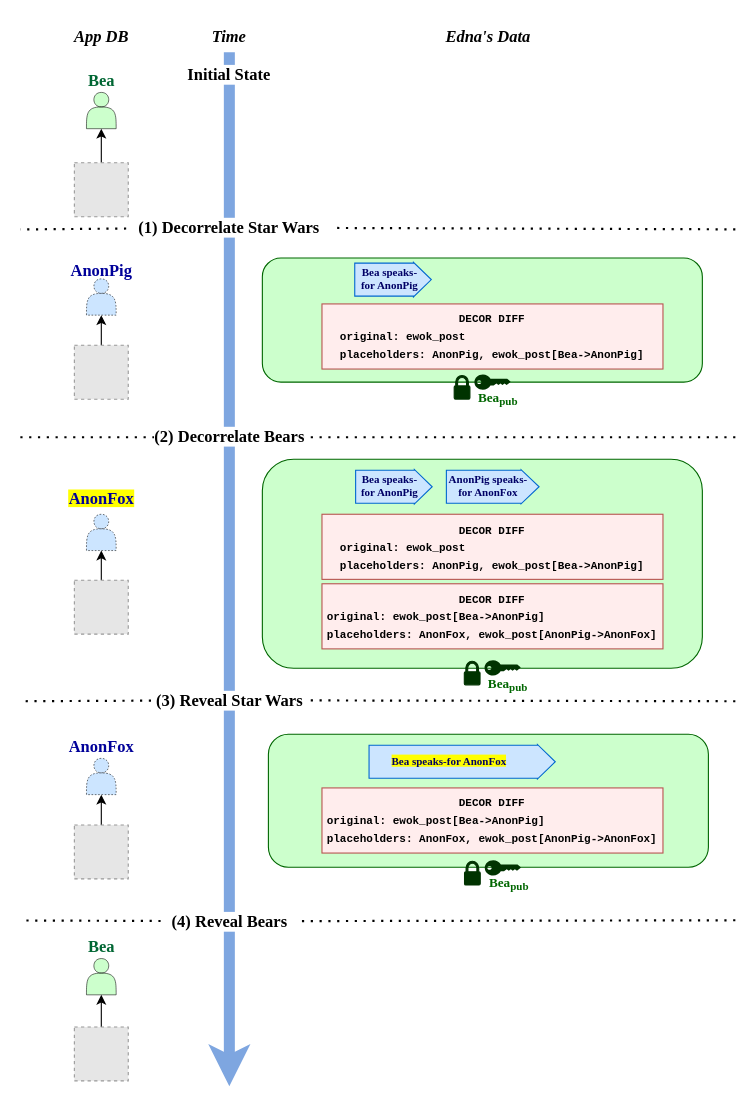
tslilyai/thesis keeps this draw.io diagram as page "composition" (20 of 21) of thesis/figs/edna.drawio. Above is the earlier version. Source tidied: cells renumbered, new cells numbered last; positions are measured from the earlier drawing's top-left corner, leaving out a move shared by most shapes. Both pictures are drawn from the tidied source at 110%, with x=0, y=0 at pixel (20, 19). Pictures stored in the file or linked from it are replaced by grey dashed boxes.
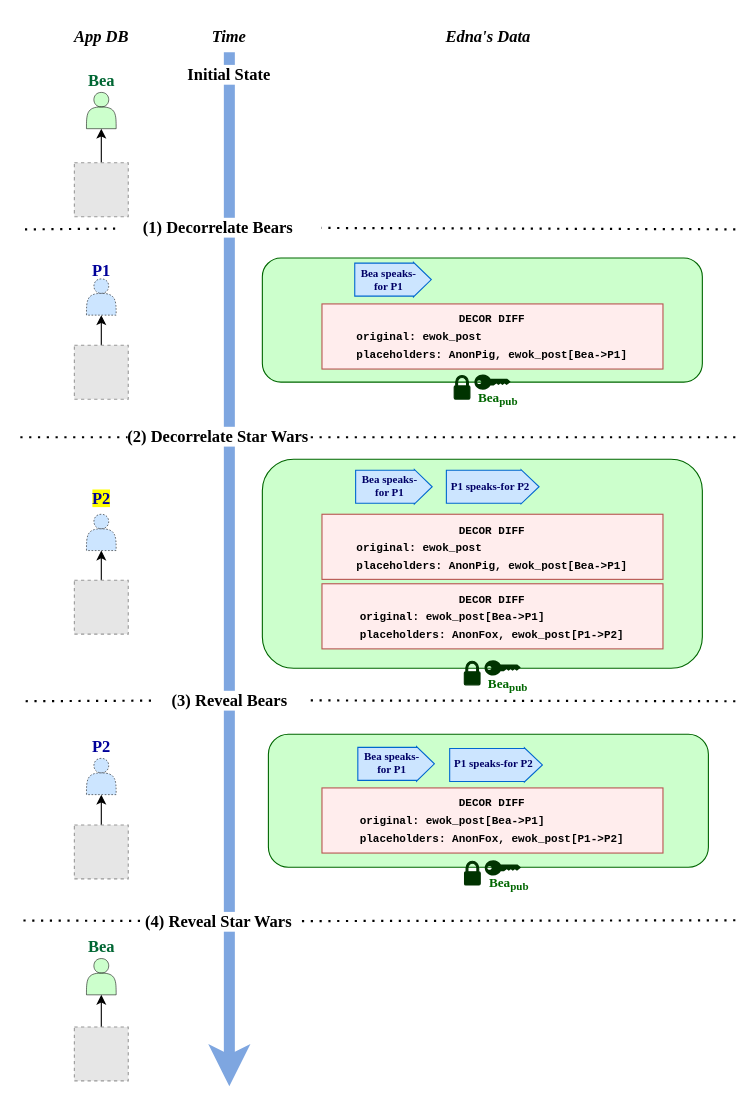
Above is the later version.

Diff of the diagram source:
```diff
@@
-    <mxCell id="10" value="(1)&amp;nbsp;Decorrelate Star Wars" style="text;html=1;align=center;verticalAlign=middle;whiteSpace=wrap;rounded=0;fontStyle=1;fontSize=15;fontFamily=Times New Roman;labelBackgroundColor=default;spacing=0;" parent="1" vertex="1">
-      <mxGeometry x="96.2" y="179.4" width="187.5" height="20" as="geometry" />
+    <mxCell id="10" value="(1)&amp;nbsp;Decorrelate Bears" style="text;html=1;align=center;verticalAlign=middle;whiteSpace=wrap;rounded=0;fontStyle=1;fontSize=15;fontFamily=Times New Roman;labelBackgroundColor=default;spacing=0;" parent="1" vertex="1">
+      <mxGeometry x="86.2" y="179.4" width="187.5" height="20" as="geometry" />
     </mxCell>
@@
-    <mxCell id="12" value="(2) Decorrelate Bears" style="text;html=1;align=center;verticalAlign=middle;whiteSpace=wrap;rounded=0;fontStyle=1;fontSize=15;fontFamily=Times New Roman;labelBackgroundColor=default;spacing=0;" parent="1" vertex="1">
-      <mxGeometry x="112.5" y="368.5" width="155" height="20" as="geometry" />
+    <mxCell id="12" value="(2) Decorrelate Star Wars" style="text;html=1;align=center;verticalAlign=middle;whiteSpace=wrap;rounded=0;fontStyle=1;fontSize=15;fontFamily=Times New Roman;labelBackgroundColor=default;spacing=0;" parent="1" vertex="1">
+      <mxGeometry x="96.2" y="368.5" width="167.5" height="20" as="geometry" />
     </mxCell>
@@
-    <mxCell id="14" value="(3) Reveal Star Wars" style="text;html=1;align=center;verticalAlign=middle;whiteSpace=wrap;rounded=0;fontStyle=1;fontSize=15;fontFamily=Times New Roman;labelBackgroundColor=default;" parent="1" vertex="1">
+    <mxCell id="14" value="(3) Reveal Bears" style="text;html=1;align=center;verticalAlign=middle;whiteSpace=wrap;rounded=0;fontStyle=1;fontSize=15;fontFamily=Times New Roman;labelBackgroundColor=default;" parent="1" vertex="1">
       <mxGeometry x="118.8" y="609.1" width="142.5" height="20" as="geometry" />
     </mxCell>
@@
-    <mxCell id="16" value="(4) Reveal Bears" style="text;html=1;align=center;verticalAlign=middle;whiteSpace=wrap;rounded=0;fontStyle=1;fontSize=15;fontFamily=Times New Roman;labelBackgroundColor=default;" parent="1" vertex="1">
-      <mxGeometry x="127.5" y="810" width="125" height="20" as="geometry" />
+    <mxCell id="16" value="(4) Reveal Star Wars" style="text;html=1;align=center;verticalAlign=middle;whiteSpace=wrap;rounded=0;fontStyle=1;fontSize=15;fontFamily=Times New Roman;labelBackgroundColor=default;" parent="1" vertex="1">
+      <mxGeometry x="108.8" y="810" width="142.5" height="20" as="geometry" />
     </mxCell>
@@
-    <mxCell id="20" value="AnonPig" style="text;html=1;strokeColor=none;fillColor=none;align=center;verticalAlign=middle;whiteSpace=wrap;rounded=0;dashed=1;strokeWidth=0.5;fontSize=15;fontColor=#000099;fontFamily=Times New Roman;fontStyle=1;rotation=0;" parent="1" vertex="1">
+    <mxCell id="20" value="P1" style="text;html=1;strokeColor=none;fillColor=none;align=center;verticalAlign=middle;whiteSpace=wrap;rounded=0;dashed=1;strokeWidth=0.5;fontSize=15;fontColor=#000099;fontFamily=Times New Roman;fontStyle=1;rotation=0;" parent="1" vertex="1">
       <mxGeometry x="40.6" y="211.2" width="65.9" height="33" as="geometry" />
     </mxCell>
@@
-    <mxCell id="22" value="&lt;span style=&quot;background-color: rgb(255, 255, 0);&quot;&gt;AnonFox&lt;/span&gt;" style="text;html=1;strokeColor=none;fillColor=none;align=center;verticalAlign=middle;whiteSpace=wrap;rounded=0;dashed=1;strokeWidth=0.5;fontSize=15;fontColor=#000099;fontFamily=Times New Roman;fontStyle=1;rotation=0;" parent="1" vertex="1">
+    <mxCell id="22" value="&lt;span style=&quot;background-color: rgb(255, 255, 0);&quot;&gt;P2&lt;/span&gt;" style="text;html=1;strokeColor=none;fillColor=none;align=center;verticalAlign=middle;whiteSpace=wrap;rounded=0;dashed=1;strokeWidth=0.5;fontSize=15;fontColor=#000099;fontFamily=Times New Roman;fontStyle=1;rotation=0;" parent="1" vertex="1">
       <mxGeometry x="40.6" y="418.7" width="65.9" height="33" as="geometry" />
     </mxCell>
@@
-    <mxCell id="30" value="AnonFox" style="text;html=1;strokeColor=none;fillColor=none;align=center;verticalAlign=middle;whiteSpace=wrap;rounded=0;dashed=1;strokeWidth=0.5;fontSize=15;fontColor=#000099;fontFamily=Times New Roman;fontStyle=1;rotation=0;" parent="1" vertex="1">
+    <mxCell id="30" value="P2" style="text;html=1;strokeColor=none;fillColor=none;align=center;verticalAlign=middle;whiteSpace=wrap;rounded=0;dashed=1;strokeWidth=0.5;fontSize=15;fontColor=#000099;fontFamily=Times New Roman;fontStyle=1;rotation=0;" parent="1" vertex="1">
       <mxGeometry x="40.6" y="644.9" width="65.9" height="33" as="geometry" />
     </mxCell>
@@
-    <mxCell id="41" value="&lt;p style=&quot;border-color: var(--border-color); line-height: 50%;&quot;&gt;&lt;font style=&quot;border-color: var(--border-color); font-size: 10px;&quot; face=&quot;Courier New&quot;&gt;&lt;span style=&quot;border-color: var(--border-color);&quot;&gt;DECOR DIFF&lt;/span&gt;&lt;/font&gt;&lt;/p&gt;&lt;p style=&quot;text-align: left; border-color: var(--border-color); line-height: 50%;&quot;&gt;&lt;font style=&quot;font-size: 10px;&quot; face=&quot;Courier New&quot;&gt;original: ewok_post&lt;/font&gt;&lt;/p&gt;&lt;p style=&quot;text-align: left; border-color: var(--border-color); line-height: 50%;&quot;&gt;&lt;span style=&quot;font-family: &amp;quot;Courier New&amp;quot;; background-color: initial;&quot;&gt;&lt;font style=&quot;font-size: 10px;&quot;&gt;placeholders: AnonPig, ewok_post[Bea-&amp;gt;AnonPig]&lt;/font&gt;&lt;/span&gt;&lt;/p&gt;" style="rounded=0;whiteSpace=wrap;html=1;spacing=4;fontSize=10;fontFamily=Times New Roman;fillColor=#FFEDED;strokeColor=#b85450;spacingBottom=0;fontStyle=1;" parent="1" vertex="1">
+    <mxCell id="41" value="&lt;p style=&quot;border-color: var(--border-color); line-height: 50%;&quot;&gt;&lt;font style=&quot;border-color: var(--border-color); font-size: 10px;&quot; face=&quot;Courier New&quot;&gt;&lt;span style=&quot;border-color: var(--border-color);&quot;&gt;DECOR DIFF&lt;/span&gt;&lt;/font&gt;&lt;/p&gt;&lt;p style=&quot;text-align: left; border-color: var(--border-color); line-height: 50%;&quot;&gt;&lt;font style=&quot;font-size: 10px;&quot; face=&quot;Courier New&quot;&gt;original: ewok_post&lt;/font&gt;&lt;/p&gt;&lt;p style=&quot;text-align: left; border-color: var(--border-color); line-height: 50%;&quot;&gt;&lt;span style=&quot;font-family: &amp;quot;Courier New&amp;quot;; background-color: initial;&quot;&gt;&lt;font style=&quot;font-size: 10px;&quot;&gt;placeholders: AnonPig, ewok_post[Bea-&amp;gt;P1]&lt;/font&gt;&lt;/span&gt;&lt;/p&gt;" style="rounded=0;whiteSpace=wrap;html=1;spacing=4;fontSize=10;fontFamily=Times New Roman;fillColor=#FFEDED;strokeColor=#b85450;spacingBottom=0;fontStyle=1;" parent="1" vertex="1">
       <mxGeometry x="274.2" y="258.8" width="310" height="59.2" as="geometry" />
     </mxCell>
@@
-    <mxCell id="44" value="Bea speaks-for AnonPig" style="text;fontSize=10;fontFamily=Times New Roman;align=center;whiteSpace=wrap;html=1;fontColor=#000066;fontStyle=1;" parent="1" vertex="1">
-      <mxGeometry x="306.3" y="406" width="59.6" height="20" as="geometry" />
-    </mxCell>
@@
-    <mxCell id="47" value="&lt;p style=&quot;border-color: var(--border-color); line-height: 50%;&quot;&gt;&lt;font style=&quot;border-color: var(--border-color); font-size: 10px;&quot; face=&quot;Courier New&quot;&gt;&lt;span style=&quot;border-color: var(--border-color);&quot;&gt;DECOR DIFF&lt;/span&gt;&lt;/font&gt;&lt;/p&gt;&lt;p style=&quot;text-align: left; border-color: var(--border-color); line-height: 50%;&quot;&gt;&lt;font style=&quot;font-size: 10px;&quot; face=&quot;Courier New&quot;&gt;original: ewok_post&lt;/font&gt;&lt;/p&gt;&lt;p style=&quot;text-align: left; border-color: var(--border-color); line-height: 50%;&quot;&gt;&lt;span style=&quot;font-family: &amp;quot;Courier New&amp;quot;; background-color: initial;&quot;&gt;&lt;font style=&quot;font-size: 10px;&quot;&gt;placeholders: AnonPig, ewok_post[Bea-&amp;gt;AnonPig]&lt;/font&gt;&lt;/span&gt;&lt;/p&gt;" style="rounded=0;whiteSpace=wrap;html=1;spacing=4;fontSize=10;fontFamily=Times New Roman;fillColor=#FFEDED;strokeColor=#b85450;spacingBottom=0;fontStyle=1;" parent="1" vertex="1">
+    <mxCell id="47" value="&lt;p style=&quot;border-color: var(--border-color); line-height: 50%;&quot;&gt;&lt;font style=&quot;border-color: var(--border-color); font-size: 10px;&quot; face=&quot;Courier New&quot;&gt;&lt;span style=&quot;border-color: var(--border-color);&quot;&gt;DECOR DIFF&lt;/span&gt;&lt;/font&gt;&lt;/p&gt;&lt;p style=&quot;text-align: left; border-color: var(--border-color); line-height: 50%;&quot;&gt;&lt;font style=&quot;font-size: 10px;&quot; face=&quot;Courier New&quot;&gt;original: ewok_post&lt;/font&gt;&lt;/p&gt;&lt;p style=&quot;text-align: left; border-color: var(--border-color); line-height: 50%;&quot;&gt;&lt;span style=&quot;font-family: &amp;quot;Courier New&amp;quot;; background-color: initial;&quot;&gt;&lt;font style=&quot;font-size: 10px;&quot;&gt;placeholders: AnonPig, ewok_post[Bea-&amp;gt;P1]&lt;/font&gt;&lt;/span&gt;&lt;/p&gt;" style="rounded=0;whiteSpace=wrap;html=1;spacing=4;fontSize=10;fontFamily=Times New Roman;fillColor=#FFEDED;strokeColor=#b85450;spacingBottom=0;fontStyle=1;" parent="1" vertex="1">
       <mxGeometry x="274.2" y="450" width="310" height="59.2" as="geometry" />
     </mxCell>
@@
-    <mxCell id="49" value="AnonPig speaks-for AnonFox" style="text;fontSize=10;fontFamily=Times New Roman;align=center;whiteSpace=wrap;html=1;fontColor=#000066;fontStyle=1;" parent="1" vertex="1">
-      <mxGeometry x="383.8" y="406" width="83.2" height="20" as="geometry" />
-    </mxCell>
@@
-    <mxCell id="51" value="Bea speaks-for AnonPig" style="text;fontSize=10;fontFamily=Times New Roman;align=center;whiteSpace=wrap;html=1;fontColor=#000066;fontStyle=1;" parent="1" vertex="1">
-      <mxGeometry x="305.6" y="217.7" width="59.6" height="20" as="geometry" />
-    </mxCell>
-    <mxCell id="52" value="&lt;p style=&quot;border-color: var(--border-color); line-height: 50%;&quot;&gt;&lt;font style=&quot;border-color: var(--border-color); font-size: 10px;&quot; face=&quot;Courier New&quot;&gt;&lt;span style=&quot;border-color: var(--border-color);&quot;&gt;DECOR DIFF&lt;/span&gt;&lt;/font&gt;&lt;/p&gt;&lt;p style=&quot;text-align: left; border-color: var(--border-color); line-height: 50%;&quot;&gt;&lt;font style=&quot;font-size: 10px;&quot; face=&quot;Courier New&quot;&gt;original: ewok_post[Bea-&amp;gt;AnonPig]&lt;/font&gt;&lt;/p&gt;&lt;p style=&quot;text-align: left; border-color: var(--border-color); line-height: 50%;&quot;&gt;&lt;span style=&quot;font-family: &amp;quot;Courier New&amp;quot;; background-color: initial;&quot;&gt;&lt;font style=&quot;font-size: 10px;&quot;&gt;placeholders: AnonFox, ewok_post[AnonPig-&amp;gt;AnonFox]&lt;/font&gt;&lt;/span&gt;&lt;/p&gt;" style="rounded=0;whiteSpace=wrap;html=1;spacing=4;fontSize=10;fontFamily=Times New Roman;fillColor=#FFEDED;strokeColor=#b85450;spacingBottom=0;fontStyle=1;" parent="1" vertex="1">
+    <mxCell id="52" value="&lt;p style=&quot;border-color: var(--border-color); line-height: 50%;&quot;&gt;&lt;font style=&quot;border-color: var(--border-color); font-size: 10px;&quot; face=&quot;Courier New&quot;&gt;&lt;span style=&quot;border-color: var(--border-color);&quot;&gt;DECOR DIFF&lt;/span&gt;&lt;/font&gt;&lt;/p&gt;&lt;p style=&quot;text-align: left; border-color: var(--border-color); line-height: 50%;&quot;&gt;&lt;font style=&quot;font-size: 10px;&quot; face=&quot;Courier New&quot;&gt;original: ewok_post[Bea-&amp;gt;P1]&lt;/font&gt;&lt;/p&gt;&lt;p style=&quot;text-align: left; border-color: var(--border-color); line-height: 50%;&quot;&gt;&lt;span style=&quot;font-family: &amp;quot;Courier New&amp;quot;; background-color: initial;&quot;&gt;&lt;font style=&quot;font-size: 10px;&quot;&gt;placeholders: AnonFox, ewok_post[P1-&amp;gt;P2]&lt;/font&gt;&lt;/span&gt;&lt;/p&gt;" style="rounded=0;whiteSpace=wrap;html=1;spacing=4;fontSize=10;fontFamily=Times New Roman;fillColor=#FFEDED;strokeColor=#b85450;spacingBottom=0;fontStyle=1;" parent="1" vertex="1">
       <mxGeometry x="274.2" y="513.2" width="310" height="59.2" as="geometry" />
     </mxCell>
@@
-    <mxCell id="54" style="shape=flexArrow;endArrow=classic;html=1;rounded=0;width=30;endSize=5.073170731707318;spacing=0;align=left;strokeColor=#0067CF;fillColor=#cce5ff;entryX=1;entryY=0.75;entryDx=0;entryDy=0;endWidth=0.48780487804878053;" parent="1" edge="1">
-      <mxGeometry relative="1" as="geometry">
-        <mxPoint x="316.5" y="675" as="sourcePoint" />
-        <mxPoint x="486.8" y="675" as="targetPoint" />
-      </mxGeometry>
-    </mxCell>
-    <mxCell id="55" value="&lt;span style=&quot;background-color: rgb(255, 255, 0);&quot;&gt;Bea speaks-for AnonFox&lt;/span&gt;" style="text;fontSize=10;fontFamily=Times New Roman;align=center;whiteSpace=wrap;html=1;fontColor=#000066;fontStyle=1;" parent="1" vertex="1">
-      <mxGeometry x="305.6" y="662" width="168.2" height="20" as="geometry" />
-    </mxCell>
-    <mxCell id="56" value="&lt;p style=&quot;border-color: var(--border-color); line-height: 50%;&quot;&gt;&lt;font style=&quot;border-color: var(--border-color); font-size: 10px;&quot; face=&quot;Courier New&quot;&gt;&lt;span style=&quot;border-color: var(--border-color);&quot;&gt;DECOR DIFF&lt;/span&gt;&lt;/font&gt;&lt;/p&gt;&lt;p style=&quot;text-align: left; border-color: var(--border-color); line-height: 50%;&quot;&gt;&lt;font style=&quot;font-size: 10px;&quot; face=&quot;Courier New&quot;&gt;original: ewok_post[Bea-&amp;gt;AnonPig]&lt;/font&gt;&lt;/p&gt;&lt;p style=&quot;text-align: left; border-color: var(--border-color); line-height: 50%;&quot;&gt;&lt;span style=&quot;font-family: &amp;quot;Courier New&amp;quot;; background-color: initial;&quot;&gt;&lt;font style=&quot;font-size: 10px;&quot;&gt;placeholders: AnonFox, ewok_post[AnonPig-&amp;gt;AnonFox]&lt;/font&gt;&lt;/span&gt;&lt;/p&gt;" style="rounded=0;whiteSpace=wrap;html=1;spacing=4;fontSize=10;fontFamily=Times New Roman;fillColor=#FFEDED;strokeColor=#b85450;spacingBottom=0;fontStyle=1;" parent="1" vertex="1">
+    <mxCell id="56" value="&lt;p style=&quot;border-color: var(--border-color); line-height: 50%;&quot;&gt;&lt;font style=&quot;border-color: var(--border-color); font-size: 10px;&quot; face=&quot;Courier New&quot;&gt;&lt;span style=&quot;border-color: var(--border-color);&quot;&gt;DECOR DIFF&lt;/span&gt;&lt;/font&gt;&lt;/p&gt;&lt;p style=&quot;text-align: left; border-color: var(--border-color); line-height: 50%;&quot;&gt;&lt;font style=&quot;font-size: 10px;&quot; face=&quot;Courier New&quot;&gt;original: ewok_post[Bea-&amp;gt;P1]&lt;/font&gt;&lt;/p&gt;&lt;p style=&quot;text-align: left; border-color: var(--border-color); line-height: 50%;&quot;&gt;&lt;span style=&quot;font-family: &amp;quot;Courier New&amp;quot;; background-color: initial;&quot;&gt;&lt;font style=&quot;font-size: 10px;&quot;&gt;placeholders: AnonFox, ewok_post[P1-&amp;gt;P2]&lt;/font&gt;&lt;/span&gt;&lt;/p&gt;" style="rounded=0;whiteSpace=wrap;html=1;spacing=4;fontSize=10;fontFamily=Times New Roman;fillColor=#FFEDED;strokeColor=#b85450;spacingBottom=0;fontStyle=1;" parent="1" vertex="1">
       <mxGeometry x="274.2" y="698.8" width="310" height="59.2" as="geometry" />
     </mxCell>
@@
+    <mxCell id="59" style="shape=flexArrow;endArrow=classic;html=1;rounded=0;width=30;endSize=5.073170731707318;spacing=0;align=left;strokeColor=#0067CF;fillColor=#cce5ff;entryX=1;entryY=0.75;entryDx=0;entryDy=0;endWidth=0.48780487804878053;" parent="1" edge="1">
+      <mxGeometry relative="1" as="geometry">
+        <mxPoint x="306.3" y="676.9" as="sourcePoint" />
+        <mxPoint x="376.9" y="676.9" as="targetPoint" />
+      </mxGeometry>
+    </mxCell>
+    <mxCell id="60" value="Bea speaks-for P1" style="text;fontSize=10;fontFamily=Times New Roman;align=center;whiteSpace=wrap;html=1;fontColor=#000066;fontStyle=1;" parent="1" vertex="1">
+      <mxGeometry x="308.4" y="657.9" width="59.6" height="20" as="geometry" />
+    </mxCell>
+    <mxCell id="61" style="shape=flexArrow;endArrow=classic;html=1;rounded=0;width=30;endSize=5.121951219512195;spacing=0;align=left;strokeColor=#0067CF;fillColor=#cce5ff;endWidth=0;" parent="1" edge="1">
+      <mxGeometry relative="1" as="geometry">
+        <mxPoint x="389.8" y="677.9" as="sourcePoint" />
+        <mxPoint x="475.1" y="677.9" as="targetPoint" />
+      </mxGeometry>
+    </mxCell>
+    <mxCell id="62" value="P1 speaks-for P2" style="text;fontSize=10;fontFamily=Times New Roman;align=center;whiteSpace=wrap;html=1;fontColor=#000066;fontStyle=1;" parent="1" vertex="1">
+      <mxGeometry x="388.9" y="663.9" width="83.2" height="20" as="geometry" />
+    </mxCell>
+    <mxCell id="63" value="Bea speaks-for P1" style="text;fontSize=10;fontFamily=Times New Roman;align=center;whiteSpace=wrap;html=1;fontColor=#000066;fontStyle=1;" parent="1" vertex="1">
+      <mxGeometry x="305.6" y="406" width="59.6" height="20" as="geometry" />
+    </mxCell>
+    <mxCell id="64" value="P1 speaks-for P2" style="text;fontSize=10;fontFamily=Times New Roman;align=center;whiteSpace=wrap;html=1;fontColor=#000066;fontStyle=1;" parent="1" vertex="1">
+      <mxGeometry x="386.1" y="412" width="83.2" height="20" as="geometry" />
+    </mxCell>
+    <mxCell id="65" value="Bea speaks-for P1" style="text;fontSize=10;fontFamily=Times New Roman;align=center;whiteSpace=wrap;html=1;fontColor=#000066;fontStyle=1;" parent="1" vertex="1">
+      <mxGeometry x="305.2" y="219.2" width="59.6" height="20" as="geometry" />
+    </mxCell>
```
